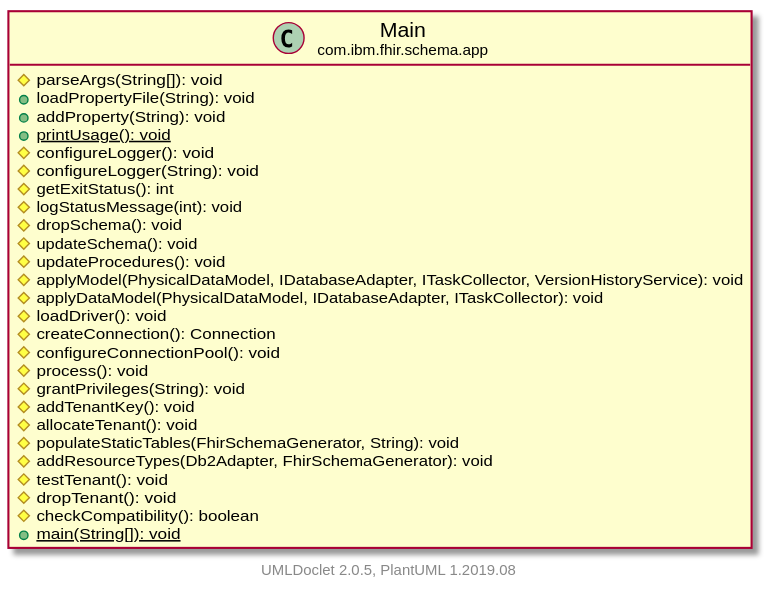
tumblewind/FHIR keeps this PlantUML diagram as javadocs/latest/com/ibm/fhir/schema/app/Main.svg. Above is the earlier version.
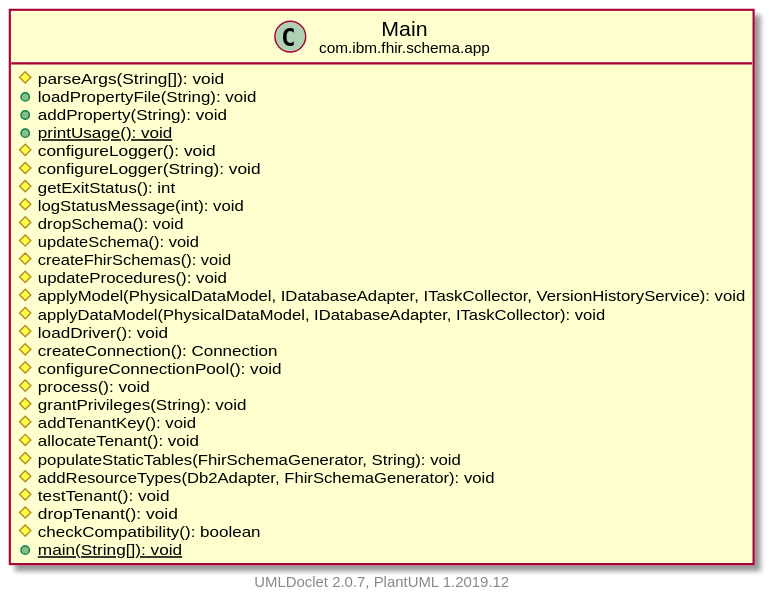
After the change.

What changed in the source:
```diff
@@ -14,6 +14,7 @@
         #logStatusMessage(int): void
         #dropSchema(): void
         #updateSchema(): void
+        #createFhirSchemas(): void
         #updateProcedures(): void
         #applyModel(PhysicalDataModel, IDatabaseAdapter, ITaskCollector, VersionHistoryService): void
         #applyDataModel(PhysicalDataModel, IDatabaseAdapter, ITaskCollector): void
@@ -32,5 +33,5 @@
         {static} +main(String[]): void
     }
 
-    center footer UMLDoclet 2.0.5, PlantUML 1.2019.08
+    center footer UMLDoclet 2.0.7, PlantUML 1.2019.12
 @enduml
```
